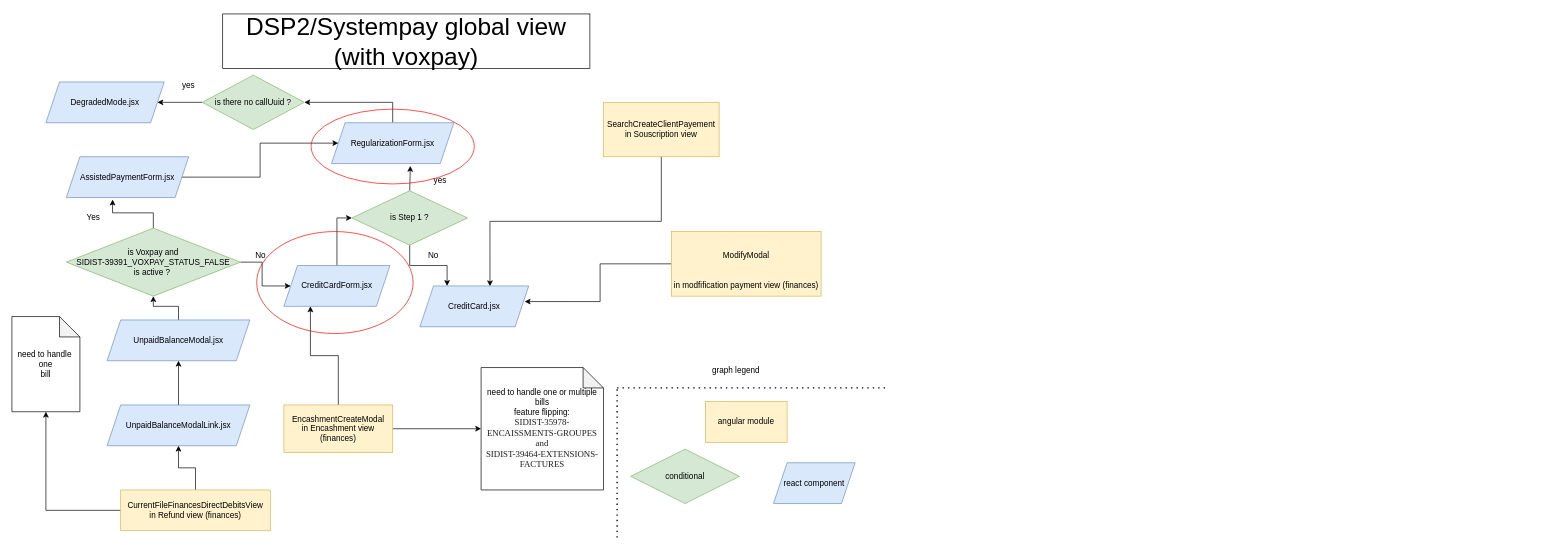
Before: page "Page-1" (1 of 3) of Diagramme sans nom.drawio in clemgbld/Diagram, a draw.io diagram. Source tidied: cells renumbered, new cells numbered last; positions are measured from the earlier drawing's top-left corner, leaving out a move shared by most shapes. Both pictures are drawn from the tidied source at 68%, with x=0, y=0 at pixel (12, 14).
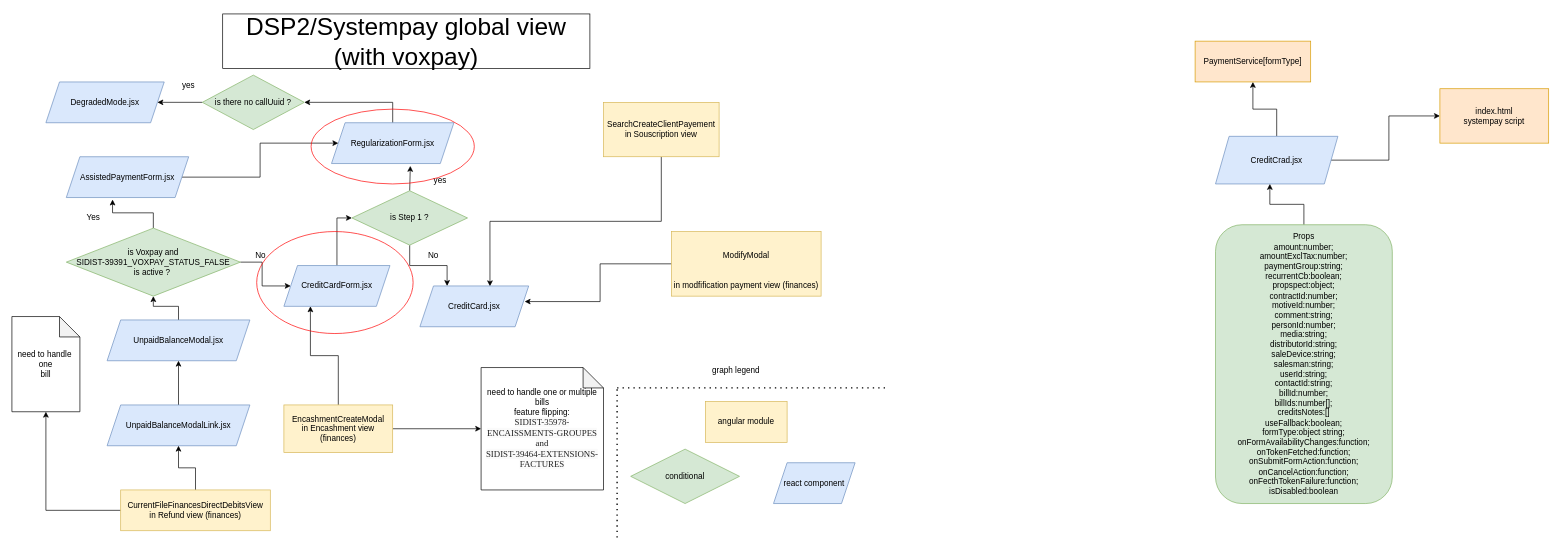
Above is the later version.

Commit message:
Mettre à jour Diagramme sans nom.drawio

Diff of the diagram source:
```diff
@@
+    <mxCell id="48" style="edgeStyle=orthogonalEdgeStyle;rounded=0;jettySize=auto;html=1;exitX=1;exitY=0.5;exitDx=0;exitDy=0;" parent="1" edge="1" source="50" target="51">
+      <mxGeometry relative="1" as="geometry" />
+    </mxCell>
+    <mxCell id="49" style="edgeStyle=orthogonalEdgeStyle;rounded=0;jettySize=auto;html=1;exitX=0.5;exitY=0;exitDx=0;exitDy=0;entryX=0.5;entryY=1;entryDx=0;entryDy=0;" parent="1" edge="1" source="50" target="54">
+      <mxGeometry relative="1" as="geometry" />
+    </mxCell>
+    <mxCell id="50" value="CreditCrad.jsx" style="shape=parallelogram;perimeter=parallelogramPerimeter;whiteSpace=wrap;html=1;fixedSize=1;fillColor=#dae8fc;strokeColor=#6c8ebf;" parent="1" vertex="1">
+      <mxGeometry x="1770" y="180" width="180" height="70" as="geometry" />
+    </mxCell>
+    <mxCell id="51" value="index.html&lt;br&gt;systempay script" style="rounded=0;whiteSpace=wrap;html=1;fillColor=#ffe6cc;strokeColor=#d79b00;" parent="1" vertex="1">
+      <mxGeometry x="2100" y="110" width="160" height="80" as="geometry" />
+    </mxCell>
+    <mxCell id="52" style="edgeStyle=orthogonalEdgeStyle;rounded=0;jettySize=auto;html=1;exitX=0.5;exitY=0;exitDx=0;exitDy=0;entryX=0.444;entryY=1;entryDx=0;entryDy=0;entryPerimeter=0;" parent="1" edge="1" source="53" target="50">
+      <mxGeometry relative="1" as="geometry" />
+    </mxCell>
+    <mxCell id="53" value="Props&lt;br&gt;amount:number;&lt;br&gt;amountExclTax:number;&lt;br&gt;paymentGroup:string;&lt;br&gt;recurrentCb:boolean;&lt;br&gt;propspect:object;&lt;br&gt;contractId:number;&lt;br&gt;motiveId:number;&lt;br&gt;comment:string;&lt;br&gt;personId:number;&lt;br&gt;media:string;&lt;br&gt;distributorId:string;&lt;br&gt;saleDevice:string;&lt;br&gt;salesman:string;&lt;br&gt;userId:string;&lt;br&gt;contactId:string;&lt;br&gt;billId:number;&lt;br&gt;billIds:number[];&lt;br&gt;creditsNotes:[]&lt;br&gt;useFallback:boolean;&lt;br&gt;formType:object string;&lt;br&gt;onFormAvailabilityChanges:function;&lt;br&gt;onTokenFetched:function;&lt;br&gt;onSubmitFormAction:function;&lt;br&gt;onCancelAction:function;&lt;br&gt;onFecthTokenFailure:function;&lt;br&gt;isDisabled:boolean" style="rounded=1;whiteSpace=wrap;html=1;fillColor=#d5e8d4;strokeColor=#82b366;" parent="1" vertex="1">
+      <mxGeometry x="1770" y="310" width="260" height="410" as="geometry" />
+    </mxCell>
+    <mxCell id="54" value="PaymentService[formType]" style="rounded=0;whiteSpace=wrap;html=1;fillColor=#ffe6cc;strokeColor=#d79b00;" parent="1" vertex="1">
+      <mxGeometry x="1740" y="40" width="170" height="60" as="geometry" />
+    </mxCell>
```
